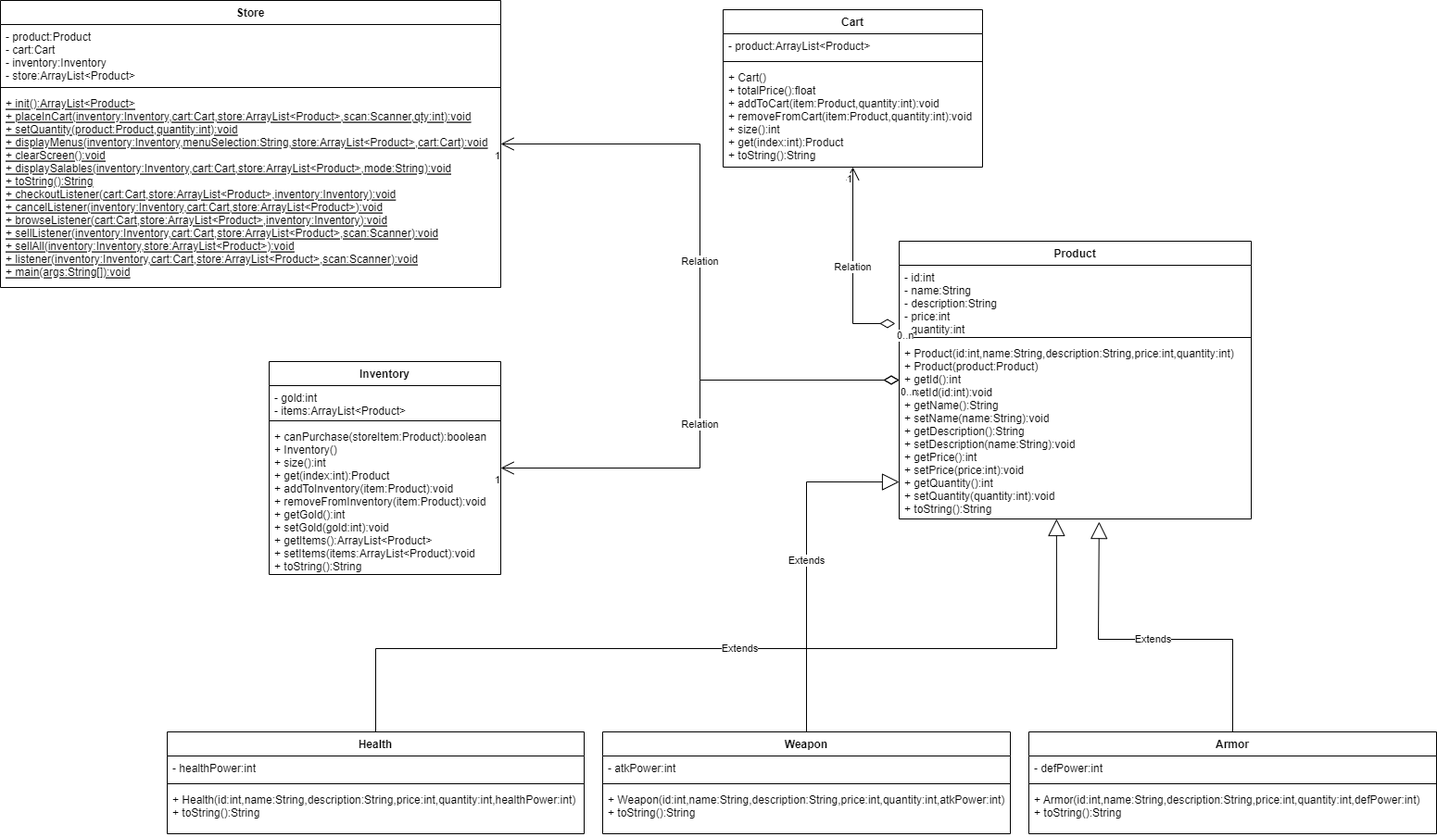
Earlier version of the draw.io export milestone3.drawio.png (melichar-m/cst239). Source tidied: cells renumbered, new cells last; positions are measured from the earlier drawing's top-left corner, leaving out a move shared by most shapes. Its diagram source:
```xml
<mxGraphModel>
  <root>
    <mxCell id="0" />
    <mxCell id="1" parent="0" />
    <mxCell id="2" value="Store" style="swimlane;fontStyle=1;align=center;verticalAlign=top;horizontal=1;startSize=26;" parent="1" vertex="1">
      <mxGeometry width="540" height="310" as="geometry" />
    </mxCell>
    <mxCell id="3" value="- product:Product&#10;- cart:Cart&#10;- inventory:Inventory&#10;- store:ArrayList&lt;Product&gt;" style="text;strokeColor=none;fillColor=none;align=left;verticalAlign=top;spacingLeft=4;spacingRight=4;overflow=hidden;fontStyle=0;" parent="2" vertex="1">
      <mxGeometry y="26" width="540" height="64" as="geometry" />
    </mxCell>
    <mxCell id="4" style="line;strokeWidth=1;fillColor=none;align=left;verticalAlign=middle;spacingTop=-1;spacingLeft=3;spacingRight=3;labelPosition=right;points=[];portConstraint=eastwest;" parent="2" vertex="1">
      <mxGeometry y="90" width="540" height="8" as="geometry" />
    </mxCell>
    <mxCell id="5" value="+ init():ArrayList&lt;Product&gt;&#10;+ placeInCart(inventory:Inventory,cart:Cart,store:ArrayList&lt;Product&gt;,scan:Scanner,qty:int):void&#10;+ setQuantity(product:Product,quantity:int):void&#10;+ displayMenus(inventory:Inventory,menuSelection:String,store:ArrayList&lt;Product&gt;,cart:Cart):void&#10;+ clearScreen():void&#10;+ displaySalables(inventory:Inventory,cart:Cart,store:ArrayList&lt;Product&gt;,mode:String):void&#10;+ toString():String&#10;+ checkoutListener(cart:Cart,store:ArrayList&lt;Product&gt;,inventory:Inventory):void&#10;+ cancelListener(inventory:Inventory,cart:Cart,store:ArrayList&lt;Product&gt;):void&#10;+ browseListener(cart:Cart,store:ArrayList&lt;Product&gt;,inventory:Inventory):void&#10;+ sellListener(inventory:Inventory,cart:Cart,store:ArrayList&lt;Product&gt;,scan:Scanner):void&#10;+ sellAll(inventory:Inventory,store:ArrayList&lt;Product&gt;):void&#10;+ listener(inventory:Inventory,cart:Cart,store:ArrayList&lt;Product&gt;,scan:Scanner):void&#10;+ main(args:String[]):void" style="text;strokeColor=none;fillColor=none;align=left;verticalAlign=top;spacingLeft=4;spacingRight=4;overflow=hidden;fontStyle=4;" parent="2" vertex="1">
      <mxGeometry y="98" width="540" height="212" as="geometry" />
    </mxCell>
    <mxCell id="6" value="Inventory" style="swimlane;fontStyle=1;align=center;verticalAlign=top;horizontal=1;startSize=26;" parent="1" vertex="1">
      <mxGeometry x="290" y="390" width="250" height="230" as="geometry" />
    </mxCell>
    <mxCell id="7" value="- gold:int&#10;- items:ArrayList&lt;Product&gt;" style="text;strokeColor=none;fillColor=none;align=left;verticalAlign=top;spacingLeft=4;spacingRight=4;overflow=hidden;" parent="6" vertex="1">
      <mxGeometry y="26" width="250" height="34" as="geometry" />
    </mxCell>
    <mxCell id="8" style="line;strokeWidth=1;fillColor=none;align=left;verticalAlign=middle;spacingTop=-1;spacingLeft=3;spacingRight=3;labelPosition=right;" parent="6" vertex="1">
      <mxGeometry y="60" width="250" height="8" as="geometry" />
    </mxCell>
    <mxCell id="9" value="+ canPurchase(storeItem:Product):boolean&#10;+ Inventory()&#10;+ size():int&#10;+ get(index:int):Product&#10;+ addToInventory(item:Product):void&#10;+ removeFromInventory(item:Product):void&#10;+ getGold():int&#10;+ setGold(gold:int):void&#10;+ getItems():ArrayList&lt;Product&gt;&#10;+ setItems(items:ArrayList&lt;Product):void&#10;+ toString():String" style="text;strokeColor=none;fillColor=none;align=left;verticalAlign=top;spacingLeft=4;spacingRight=4;overflow=hidden;" parent="6" vertex="1">
      <mxGeometry y="68" width="250" height="162" as="geometry" />
    </mxCell>
    <mxCell id="10" value="Product" style="swimlane;fontStyle=1;align=center;verticalAlign=top;horizontal=1;startSize=26;" parent="1" vertex="1">
      <mxGeometry x="970" y="260" width="380" height="300" as="geometry" />
    </mxCell>
    <mxCell id="11" value="- id:int&#10;- name:String&#10;- description:String&#10;- price:int&#10;- quantity:int" style="text;strokeColor=none;fillColor=none;align=left;verticalAlign=top;spacingLeft=4;spacingRight=4;overflow=hidden;points=[[0,0.5],[1,0.5]];portConstraint=eastwest;" parent="10" vertex="1">
      <mxGeometry y="26" width="380" height="74" as="geometry" />
    </mxCell>
    <mxCell id="12" style="line;strokeWidth=1;fillColor=none;align=left;verticalAlign=middle;spacingTop=-1;spacingLeft=3;spacingRight=3;labelPosition=right;" parent="10" vertex="1">
      <mxGeometry y="100" width="380" height="8" as="geometry" />
    </mxCell>
    <mxCell id="13" value="+ Product(id:int,name:String,description:String,price:int,quantity:int)&#10;+ Product(product:Product)&#10;+ getId():int&#10;+ setId(id:int):void&#10;+ getName():String&#10;+ setName(name:String):void&#10;+ getDescription():String&#10;+ setDescription(name:String):void&#10;+ getPrice():int&#10;+ setPrice(price:int):void&#10;+ getQuantity():int&#10;+ setQuantity(quantity:int):void&#10;+ toString():String" style="text;strokeColor=none;fillColor=none;align=left;verticalAlign=top;spacingLeft=4;spacingRight=4;overflow=hidden;points=[[0,0.5],[1,0.5]];portConstraint=eastwest;" parent="10" vertex="1">
      <mxGeometry y="108" width="380" height="192" as="geometry" />
    </mxCell>
    <mxCell id="14" value="Cart" style="swimlane;fontStyle=1;align=center;verticalAlign=top;horizontal=1;startSize=26;" parent="1" vertex="1">
      <mxGeometry x="780" y="10" width="280" height="170" as="geometry" />
    </mxCell>
    <mxCell id="15" value="- product:ArrayList&lt;Product&gt;" style="text;strokeColor=none;fillColor=none;align=left;verticalAlign=top;spacingLeft=4;spacingRight=4;overflow=hidden;" parent="14" vertex="1">
      <mxGeometry y="26" width="280" height="26" as="geometry" />
    </mxCell>
    <mxCell id="16" style="line;strokeWidth=1;fillColor=none;align=left;verticalAlign=middle;spacingTop=-1;spacingLeft=3;spacingRight=3;labelPosition=right;" parent="14" vertex="1">
      <mxGeometry y="52" width="280" height="8" as="geometry" />
    </mxCell>
    <mxCell id="17" value="+ Cart()&#10;+ totalPrice():float&#10;+ addToCart(item:Product,quantity:int):void&#10;+ removeFromCart(item:Product,quantity:int):void&#10;+ size():int&#10;+ get(index:int):Product&#10;+ toString():String" style="text;strokeColor=none;fillColor=none;align=left;verticalAlign=top;spacingLeft=4;spacingRight=4;overflow=hidden;" parent="14" vertex="1">
      <mxGeometry y="60" width="280" height="110" as="geometry" />
    </mxCell>
    <mxCell id="18" value="Armor" style="swimlane;fontStyle=1;align=center;verticalAlign=top;horizontal=1;startSize=26;" parent="1" vertex="1">
      <mxGeometry x="1110" y="790" width="440" height="110" as="geometry" />
    </mxCell>
    <mxCell id="19" value="- defPower:int" style="text;strokeColor=none;fillColor=none;align=left;verticalAlign=top;spacingLeft=4;spacingRight=4;overflow=hidden;" parent="18" vertex="1">
      <mxGeometry y="26" width="440" height="26" as="geometry" />
    </mxCell>
    <mxCell id="20" style="line;strokeWidth=1;fillColor=none;align=left;verticalAlign=middle;spacingTop=-1;spacingLeft=3;spacingRight=3;labelPosition=right;" parent="18" vertex="1">
      <mxGeometry y="52" width="440" height="8" as="geometry" />
    </mxCell>
    <mxCell id="21" value="+ Armor(id:int,name:String,description:String,price:int,quantity:int,defPower:int)&#10;+ toString():String" style="text;strokeColor=none;fillColor=none;align=left;verticalAlign=top;spacingLeft=4;spacingRight=4;overflow=hidden;" parent="18" vertex="1">
      <mxGeometry y="60" width="440" height="50" as="geometry" />
    </mxCell>
    <mxCell id="22" value="Health" style="swimlane;fontStyle=1;align=center;verticalAlign=top;horizontal=1;startSize=26;" parent="1" vertex="1">
      <mxGeometry x="180" y="790" width="450" height="110" as="geometry" />
    </mxCell>
    <mxCell id="23" value="- healthPower:int" style="text;strokeColor=none;fillColor=none;align=left;verticalAlign=top;spacingLeft=4;spacingRight=4;overflow=hidden;" parent="22" vertex="1">
      <mxGeometry y="26" width="450" height="26" as="geometry" />
    </mxCell>
    <mxCell id="24" style="line;strokeWidth=1;fillColor=none;align=left;verticalAlign=middle;spacingTop=-1;spacingLeft=3;spacingRight=3;labelPosition=right;" parent="22" vertex="1">
      <mxGeometry y="52" width="450" height="8" as="geometry" />
    </mxCell>
    <mxCell id="25" value="+ Health(id:int,name:String,description:String,price:int,quantity:int,healthPower:int)&#10;+ toString():String" style="text;strokeColor=none;fillColor=none;align=left;verticalAlign=top;spacingLeft=4;spacingRight=4;overflow=hidden;" parent="22" vertex="1">
      <mxGeometry y="60" width="450" height="50" as="geometry" />
    </mxCell>
    <mxCell id="26" value="Weapon" style="swimlane;fontStyle=1;align=center;verticalAlign=top;horizontal=1;startSize=26;" parent="1" vertex="1">
      <mxGeometry x="650" y="790" width="440" height="110" as="geometry" />
    </mxCell>
    <mxCell id="27" value="- atkPower:int" style="text;strokeColor=none;fillColor=none;align=left;verticalAlign=top;spacingLeft=4;spacingRight=4;overflow=hidden;" parent="26" vertex="1">
      <mxGeometry y="26" width="440" height="26" as="geometry" />
    </mxCell>
    <mxCell id="28" style="line;strokeWidth=1;fillColor=none;align=left;verticalAlign=middle;spacingTop=-1;spacingLeft=3;spacingRight=3;labelPosition=right;" parent="26" vertex="1">
      <mxGeometry y="52" width="440" height="8" as="geometry" />
    </mxCell>
    <mxCell id="29" value="+ Weapon(id:int,name:String,description:String,price:int,quantity:int,atkPower:int)&#10;+ toString():String" style="text;strokeColor=none;fillColor=none;align=left;verticalAlign=top;spacingLeft=4;spacingRight=4;overflow=hidden;" parent="26" vertex="1">
      <mxGeometry y="60" width="440" height="50" as="geometry" />
    </mxCell>
    <mxCell id="30" value="Extends" style="endArrow=block;endSize=16;endFill=0;html=1;rounded=0;exitX=0.5;exitY=0;exitDx=0;exitDy=0;entryX=0;entryY=0.792;entryDx=0;entryDy=0;entryPerimeter=0;" parent="1" edge="1" source="26" target="13">
      <mxGeometry relative="1" as="geometry">
        <Array as="points">
          <mxPoint x="870" y="520" />
        </Array>
      </mxGeometry>
    </mxCell>
    <mxCell id="31" value="Extends" style="endArrow=block;endSize=16;endFill=0;html=1;rounded=0;exitX=0.5;exitY=0;exitDx=0;exitDy=0;entryX=0.447;entryY=1;entryDx=0;entryDy=0;entryPerimeter=0;" parent="1" edge="1" source="22" target="13">
      <mxGeometry relative="1" as="geometry">
        <Array as="points">
          <mxPoint x="405" y="700" />
          <mxPoint x="1140" y="700" />
        </Array>
      </mxGeometry>
    </mxCell>
    <mxCell id="32" value="Extends" style="endArrow=block;endSize=16;endFill=0;html=1;rounded=0;exitX=0.5;exitY=0;exitDx=0;exitDy=0;entryX=0.568;entryY=1.016;entryDx=0;entryDy=0;entryPerimeter=0;" parent="1" edge="1" source="18" target="13">
      <mxGeometry relative="1" as="geometry">
        <Array as="points">
          <mxPoint x="1330" y="690" />
          <mxPoint x="1185" y="690" />
        </Array>
      </mxGeometry>
    </mxCell>
    <mxCell id="33" value="Relation" style="endArrow=open;html=1;endSize=12;startArrow=diamondThin;startSize=14;startFill=0;edgeStyle=orthogonalEdgeStyle;rounded=0;exitX=-0.011;exitY=0.851;exitDx=0;exitDy=0;exitPerimeter=0;" parent="1" edge="1" source="11" target="14">
      <mxGeometry relative="1" as="geometry" />
    </mxCell>
    <mxCell id="34" value="0..n" style="edgeLabel;html=1;align=left;verticalAlign=top;" parent="33" vertex="1">
      <mxGeometry x="-1" relative="1" as="geometry" />
    </mxCell>
    <mxCell id="35" value="1" style="edgeLabel;html=1;align=right;verticalAlign=top;" parent="33" vertex="1">
      <mxGeometry x="1" relative="1" as="geometry" />
    </mxCell>
    <mxCell id="36" value="Relation" style="endArrow=open;html=1;endSize=12;startArrow=diamondThin;startSize=14;startFill=0;edgeStyle=orthogonalEdgeStyle;rounded=0;" parent="1" edge="1" source="10" target="6">
      <mxGeometry relative="1" as="geometry" />
    </mxCell>
    <mxCell id="37" value="0..n" style="edgeLabel;html=1;align=left;verticalAlign=top;" parent="36" vertex="1">
      <mxGeometry x="-1" relative="1" as="geometry" />
    </mxCell>
    <mxCell id="38" value="1" style="edgeLabel;html=1;align=right;verticalAlign=top;" parent="36" vertex="1">
      <mxGeometry x="1" relative="1" as="geometry" />
    </mxCell>
    <mxCell id="39" value="Relation" style="endArrow=open;html=1;endSize=12;startArrow=diamondThin;startSize=14;startFill=0;edgeStyle=orthogonalEdgeStyle;rounded=0;" parent="1" edge="1" source="10" target="2">
      <mxGeometry relative="1" as="geometry" />
    </mxCell>
    <mxCell id="40" value="0..n" style="edgeLabel;html=1;align=left;verticalAlign=top;" parent="39" vertex="1">
      <mxGeometry x="-1" relative="1" as="geometry" />
    </mxCell>
    <mxCell id="41" value="1" style="edgeLabel;html=1;align=right;verticalAlign=top;" parent="39" vertex="1">
      <mxGeometry x="1" relative="1" as="geometry" />
    </mxCell>
  </root>
</mxGraphModel>
```
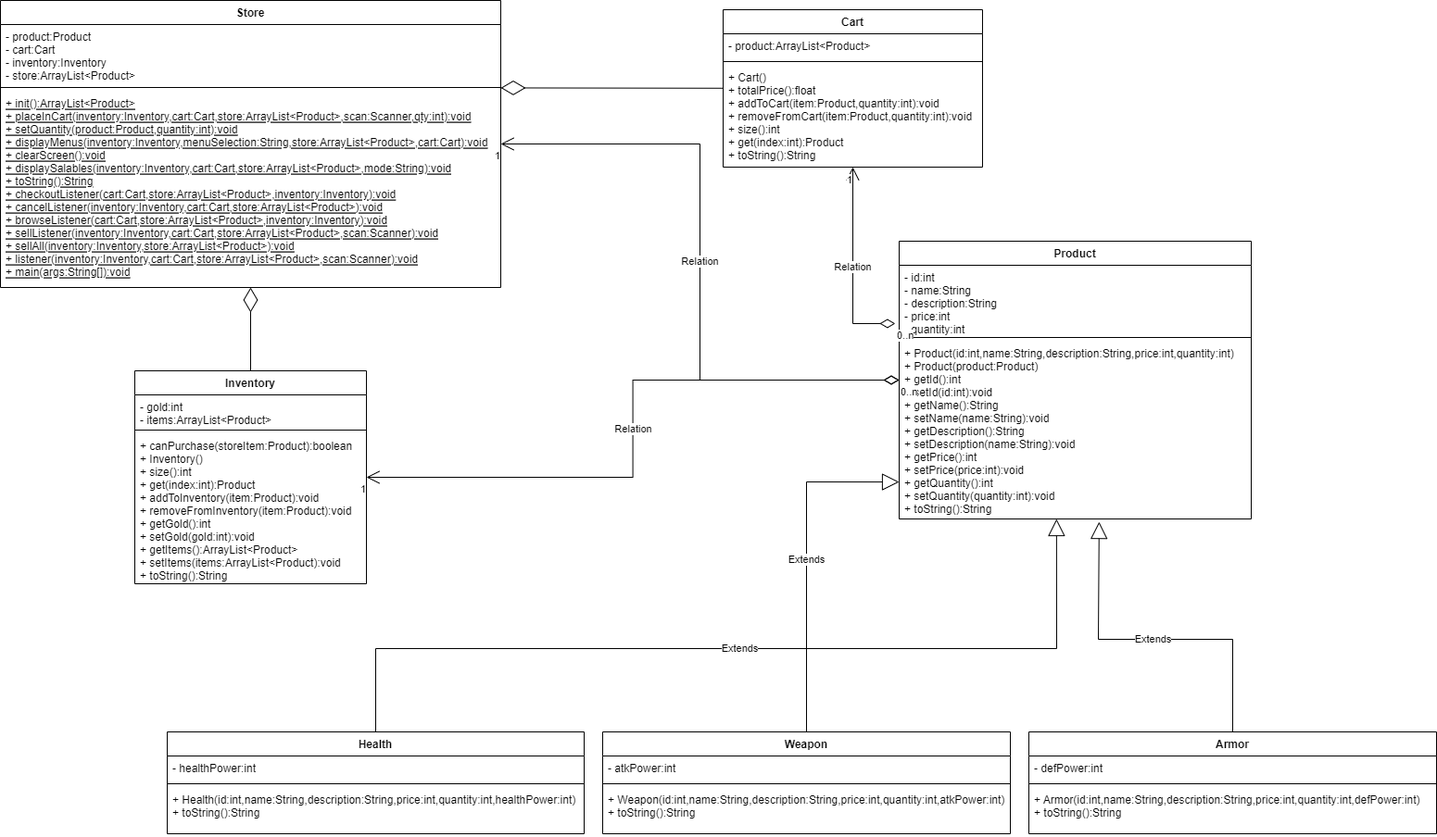
After the change.

Change to the diagram source:
```diff
@@ -15,7 +15,7 @@
       <mxGeometry y="98" width="540" height="212" as="geometry" />
     </mxCell>
     <mxCell id="6" value="Inventory" style="swimlane;fontStyle=1;align=center;verticalAlign=top;horizontal=1;startSize=26;" parent="1" vertex="1">
-      <mxGeometry x="290" y="390" width="250" height="230" as="geometry" />
+      <mxGeometry x="145" y="400" width="250" height="230" as="geometry" />
     </mxCell>
     <mxCell id="7" value="- gold:int&#10;- items:ArrayList&lt;Product&gt;" style="text;strokeColor=none;fillColor=none;align=left;verticalAlign=top;spacingLeft=4;spacingRight=4;overflow=hidden;" parent="6" vertex="1">
       <mxGeometry y="26" width="250" height="34" as="geometry" />
@@ -136,5 +136,11 @@
     <mxCell id="41" value="1" style="edgeLabel;html=1;align=right;verticalAlign=top;" parent="39" vertex="1">
       <mxGeometry x="1" relative="1" as="geometry" />
     </mxCell>
+    <mxCell id="42" style="endArrow=diamondThin;endFill=0;endSize=24;html=1;rounded=0;" parent="1" edge="1" source="6" target="2">
+      <mxGeometry relative="1" as="geometry" />
+    </mxCell>
+    <mxCell id="43" style="endArrow=diamondThin;endFill=0;endSize=24;html=1;rounded=0;" parent="1" edge="1" source="14" target="4">
+      <mxGeometry relative="1" as="geometry" />
+    </mxCell>
   </root>
 </mxGraphModel>
```
